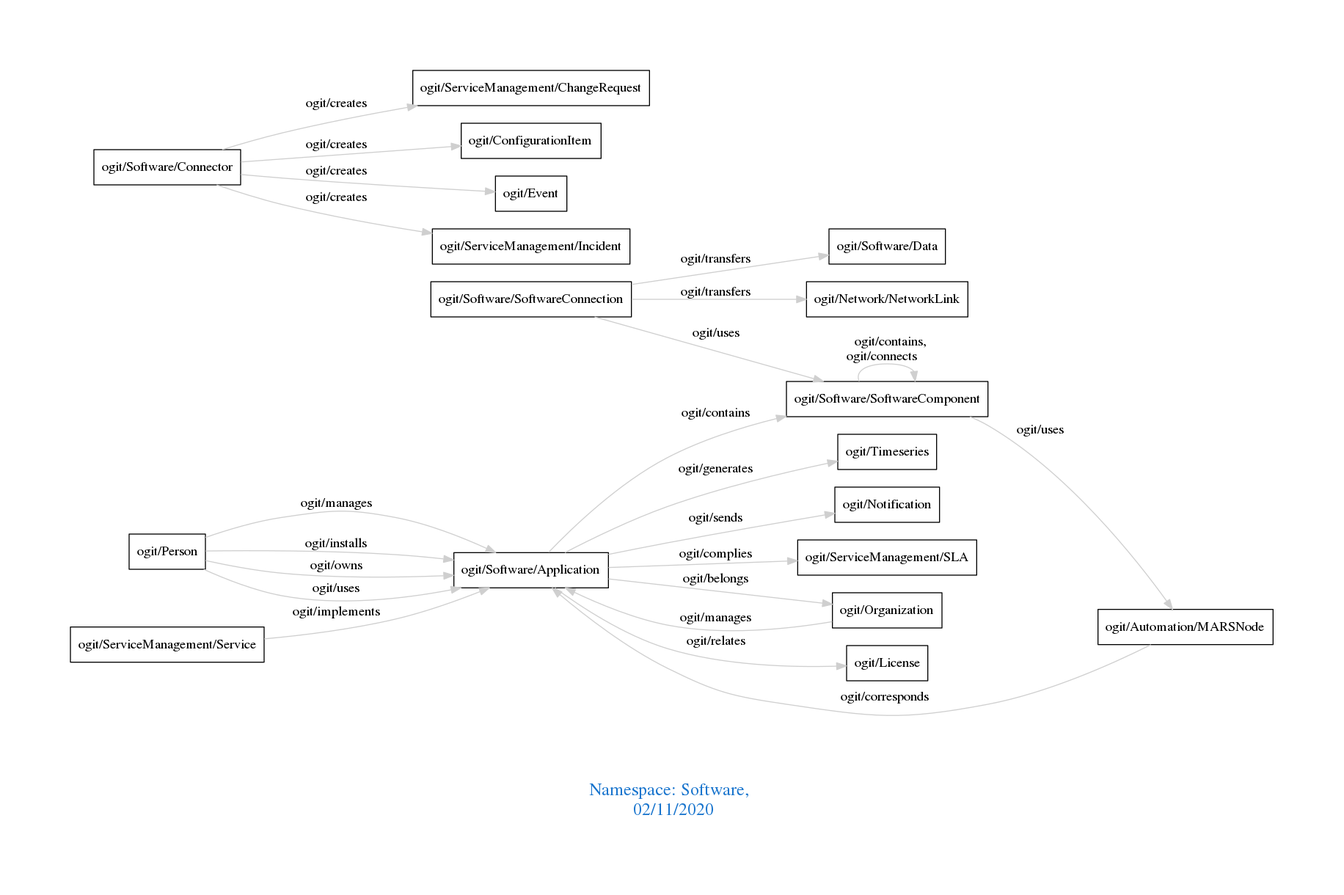
This is downloads/Software.png from arago/OGIT, a Graphviz export, as it was before one commit. Its source is kept beside it as downloads/Software.dot.
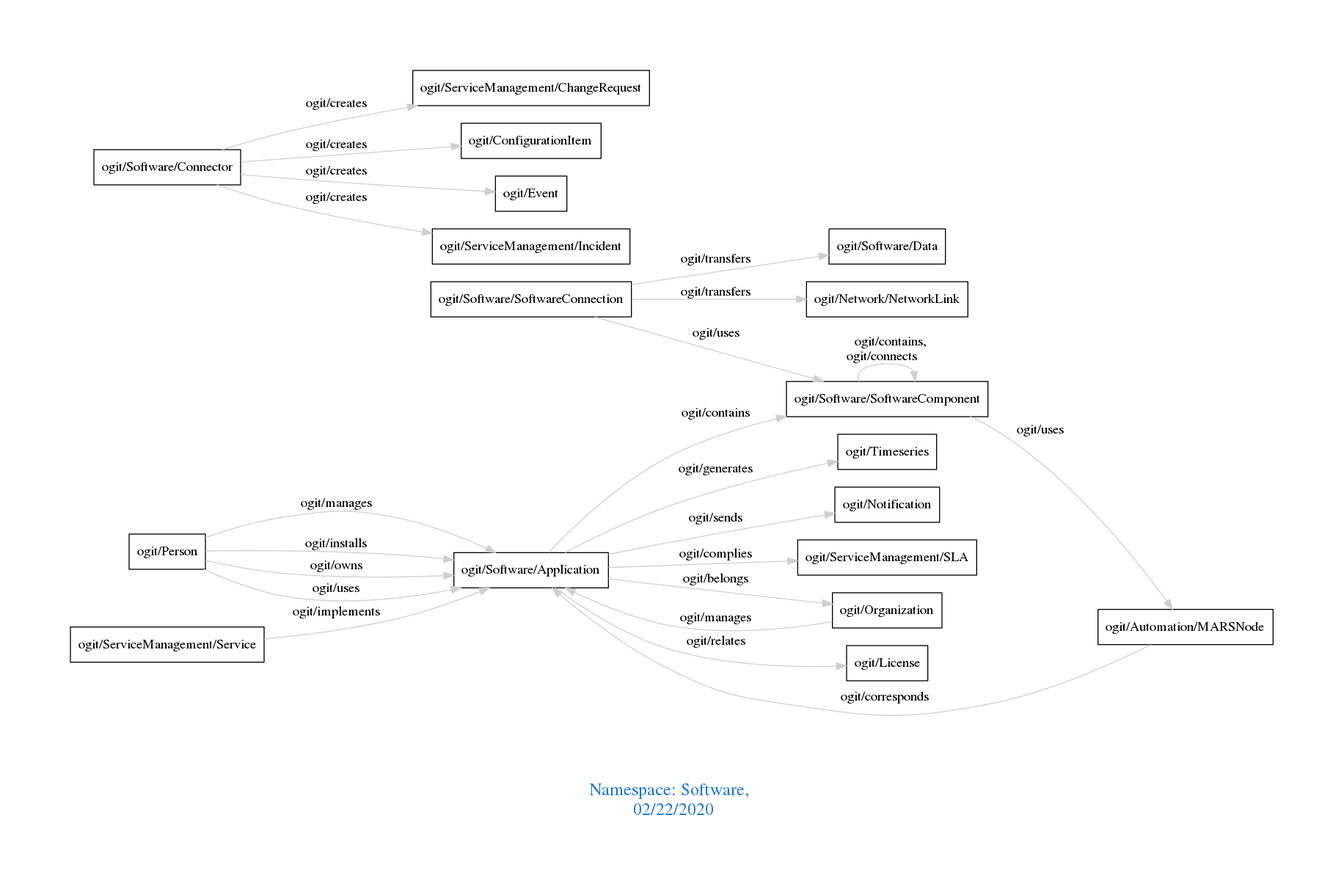
Above is the later version.

Diff of the diagram source:
```diff
@@ -1,7 +1,7 @@
 digraph OGIT_ontology {
  graph [ rankdir= LR,pad=1
 fontsize = 18,
-fontcolor= dodgerblue3,label = "\n\n\nNamespace: Software, \n 02/11/2020"];
+fontcolor= dodgerblue3,label = "\n\n\nNamespace: Software, \n 02/22/2020"];
 node[shape=polygon];
 edge [  color="gray81"];
 
```
